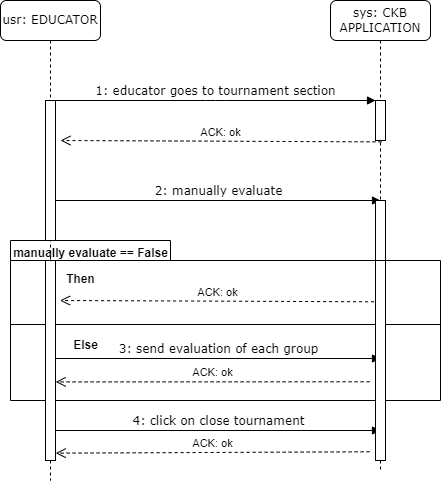
Before: Resources/UML/SequenceDiagram/RASD/UC8 - Close a Tournament.drawio.png, a diagram exported from draw.io (SimoneLucca2/CodingCompetitionApplication). Source tidied: cells renumbered, new cells last; positions are measured from the earlier drawing's top-left corner, leaving out a move shared by most shapes. The source it was exported from:
```xml
<mxGraphModel>
  <root>
    <mxCell id="0" />
    <mxCell id="1" parent="0" />
    <mxCell id="2" value="1: educator goes to tournament section" style="html=1;verticalAlign=bottom;endArrow=block;entryX=0;entryY=0;labelBackgroundColor=none;fontFamily=Verdana;fontSize=12;edgeStyle=elbowEdgeStyle;elbow=vertical;" parent="1" edge="1" source="7" target="17">
      <mxGeometry relative="1" as="geometry" />
    </mxCell>
    <mxCell id="3" value="ACK: ok" style="html=1;verticalAlign=bottom;endArrow=open;dashed=1;endSize=8;curved=0;rounded=0;exitX=0.1;exitY=0.093;exitDx=0;exitDy=0;exitPerimeter=0;" parent="1" edge="1">
      <mxGeometry relative="1" as="geometry">
        <mxPoint x="381" y="141.4" as="sourcePoint" />
        <mxPoint x="60" y="140" as="targetPoint" />
      </mxGeometry>
    </mxCell>
    <mxCell id="4" style="shape=folder;fontStyle=1;spacingTop=10;tabWidth=160;tabHeight=20;tabPosition=left;html=1;whiteSpace=wrap;" parent="1" vertex="1">
      <mxGeometry x="10" y="240" width="430" height="160" as="geometry" />
    </mxCell>
    <mxCell id="5" value="manually evaluate == False" style="text;align=center;fontStyle=1;verticalAlign=middle;spacingLeft=3;spacingRight=3;strokeColor=none;html=1;" parent="1" vertex="1">
      <mxGeometry x="10" y="240" width="160" height="26" as="geometry" />
    </mxCell>
    <mxCell id="6" value="usr: EDUCATOR" style="shape=umlLifeline;perimeter=lifelinePerimeter;whiteSpace=wrap;html=1;rounded=1;shadow=0;comic=0;labelBackgroundColor=none;strokeWidth=1;fontFamily=Verdana;fontSize=12;align=center;" parent="1" vertex="1">
      <mxGeometry width="100" height="480" as="geometry" />
    </mxCell>
    <mxCell id="7" style="html=1;points=[];perimeter=orthogonalPerimeter;rounded=0;shadow=0;comic=0;labelBackgroundColor=none;strokeWidth=1;fontFamily=Verdana;fontSize=12;align=center;" parent="6" vertex="1">
      <mxGeometry x="45" y="100" width="10" height="140" as="geometry" />
    </mxCell>
    <mxCell id="8" value="2: manually evaluate" style="html=1;verticalAlign=bottom;endArrow=block;labelBackgroundColor=none;fontFamily=Verdana;fontSize=12;edgeStyle=elbowEdgeStyle;elbow=vertical;exitX=0.5;exitY=0.227;exitDx=0;exitDy=0;exitPerimeter=0;entryX=0.5;entryY=0;entryDx=0;entryDy=0;entryPerimeter=0;" parent="6" edge="1" target="18">
      <mxGeometry relative="1" as="geometry">
        <mxPoint x="55" y="200" as="sourcePoint" />
      </mxGeometry>
    </mxCell>
    <mxCell id="9" style="line;strokeWidth=1;fillColor=none;align=left;verticalAlign=middle;spacingTop=-1;spacingLeft=3;spacingRight=3;labelPosition=right;strokeColor=inherit;" parent="6" vertex="1">
      <mxGeometry x="10" y="320" width="430" height="8" as="geometry" />
    </mxCell>
    <mxCell id="10" value="Else" style="text;align=center;fontStyle=1;verticalAlign=middle;spacingLeft=3;spacingRight=3;strokeColor=none;html=1;" parent="6" vertex="1">
      <mxGeometry x="45" y="332" width="80" height="26" as="geometry" />
    </mxCell>
    <mxCell id="11" value="3: send evaluation of each group" style="html=1;verticalAlign=bottom;endArrow=block;labelBackgroundColor=none;fontFamily=Verdana;fontSize=12;edgeStyle=elbowEdgeStyle;elbow=vertical;exitX=0.5;exitY=0.227;exitDx=0;exitDy=0;exitPerimeter=0;entryX=0.5;entryY=0;entryDx=0;entryDy=0;entryPerimeter=0;" parent="6" edge="1">
      <mxGeometry relative="1" as="geometry">
        <mxPoint x="55" y="358" as="sourcePoint" />
        <mxPoint x="380" y="358" as="targetPoint" />
      </mxGeometry>
    </mxCell>
    <mxCell id="12" value="ACK: ok" style="html=1;verticalAlign=bottom;endArrow=open;dashed=1;endSize=8;curved=0;rounded=0;exitX=-0.14;exitY=0.128;exitDx=0;exitDy=0;exitPerimeter=0;entryX=1.02;entryY=0.467;entryDx=0;entryDy=0;entryPerimeter=0;" parent="6" edge="1">
      <mxGeometry relative="1" as="geometry">
        <mxPoint x="369.1" y="381.3" as="sourcePoint" />
        <mxPoint x="55.2" y="381.4" as="targetPoint" />
      </mxGeometry>
    </mxCell>
    <mxCell id="13" value="4: click on close tournament" style="html=1;verticalAlign=bottom;endArrow=block;labelBackgroundColor=none;fontFamily=Verdana;fontSize=12;edgeStyle=elbowEdgeStyle;elbow=vertical;exitX=0.5;exitY=0.227;exitDx=0;exitDy=0;exitPerimeter=0;entryX=0.5;entryY=0;entryDx=0;entryDy=0;entryPerimeter=0;" parent="6" edge="1">
      <mxGeometry relative="1" as="geometry">
        <mxPoint x="55" y="430" as="sourcePoint" />
        <mxPoint x="380" y="430" as="targetPoint" />
      </mxGeometry>
    </mxCell>
    <mxCell id="14" value="ACK: ok" style="html=1;verticalAlign=bottom;endArrow=open;dashed=1;endSize=8;curved=0;rounded=0;exitX=-0.14;exitY=0.128;exitDx=0;exitDy=0;exitPerimeter=0;entryX=1.02;entryY=0.741;entryDx=0;entryDy=0;entryPerimeter=0;" parent="6" edge="1">
      <mxGeometry relative="1" as="geometry">
        <mxPoint x="369.1" y="451.3" as="sourcePoint" />
        <mxPoint x="55.2" y="452.7" as="targetPoint" />
      </mxGeometry>
    </mxCell>
    <mxCell id="15" style="html=1;points=[];perimeter=orthogonalPerimeter;rounded=0;shadow=0;comic=0;labelBackgroundColor=none;strokeWidth=1;fontFamily=Verdana;fontSize=12;align=center;" parent="6" vertex="1">
      <mxGeometry x="45" y="260" width="10" height="200" as="geometry" />
    </mxCell>
    <mxCell id="16" value="sys: CKB APPLICATION" style="shape=umlLifeline;perimeter=lifelinePerimeter;whiteSpace=wrap;html=1;rounded=1;shadow=0;comic=0;labelBackgroundColor=none;strokeWidth=1;fontFamily=Verdana;fontSize=12;align=center;" parent="1" vertex="1">
      <mxGeometry x="330" width="100" height="470" as="geometry" />
    </mxCell>
    <mxCell id="17" style="html=1;points=[];perimeter=orthogonalPerimeter;rounded=0;shadow=0;comic=0;labelBackgroundColor=none;strokeWidth=1;fontFamily=Verdana;fontSize=12;align=center;" parent="16" vertex="1">
      <mxGeometry x="45" y="100" width="10" height="40" as="geometry" />
    </mxCell>
    <mxCell id="18" style="html=1;points=[];perimeter=orthogonalPerimeter;rounded=0;shadow=0;comic=0;labelBackgroundColor=none;strokeWidth=1;fontFamily=Verdana;fontSize=12;align=center;" parent="16" vertex="1">
      <mxGeometry x="45" y="200" width="10" height="60" as="geometry" />
    </mxCell>
    <mxCell id="19" style="html=1;perimeter=orthogonalPerimeter;rounded=0;shadow=0;comic=0;labelBackgroundColor=none;strokeWidth=1;fontFamily=Verdana;fontSize=12;align=center;" parent="16" vertex="1">
      <mxGeometry x="45" y="260" width="10" height="200" as="geometry" />
    </mxCell>
    <mxCell id="20" value="Then" style="text;align=center;fontStyle=1;verticalAlign=middle;spacingLeft=3;spacingRight=3;strokeColor=none;html=1;" parent="1" vertex="1">
      <mxGeometry x="40" y="266" width="80" height="26" as="geometry" />
    </mxCell>
    <mxCell id="21" value="ACK: ok" style="html=1;verticalAlign=bottom;endArrow=open;dashed=1;endSize=8;curved=0;rounded=0;exitX=-0.14;exitY=0.128;exitDx=0;exitDy=0;exitPerimeter=0;entryX=0.125;entryY=1;entryDx=0;entryDy=0;entryPerimeter=0;" parent="1" edge="1">
      <mxGeometry relative="1" as="geometry">
        <mxPoint x="373.6" y="301.3" as="sourcePoint" />
        <mxPoint x="59.5" y="300" as="targetPoint" />
      </mxGeometry>
    </mxCell>
  </root>
</mxGraphModel>
```
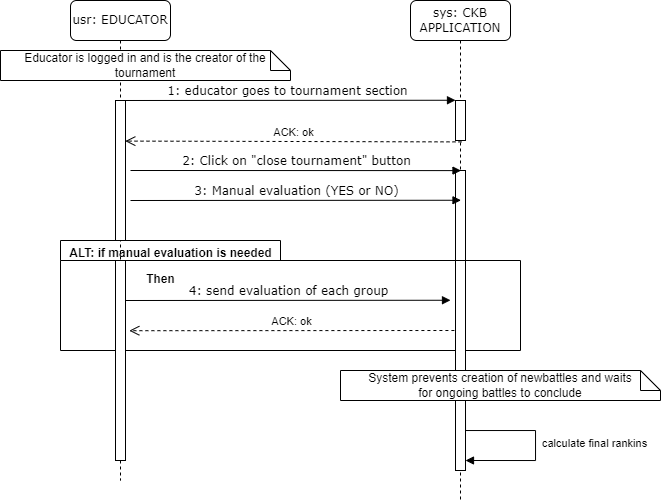
The same file after the commit.

Diff of the diagram source:
```diff
@@ -5,82 +5,80 @@
     <mxCell id="2" value="1: educator goes to tournament section" style="html=1;verticalAlign=bottom;endArrow=block;entryX=0;entryY=0;labelBackgroundColor=none;fontFamily=Verdana;fontSize=12;edgeStyle=elbowEdgeStyle;elbow=vertical;" parent="1" edge="1" source="7" target="17">
       <mxGeometry relative="1" as="geometry" />
     </mxCell>
-    <mxCell id="3" value="ACK: ok" style="html=1;verticalAlign=bottom;endArrow=open;dashed=1;endSize=8;curved=0;rounded=0;exitX=0.1;exitY=0.093;exitDx=0;exitDy=0;exitPerimeter=0;" parent="1" edge="1">
+    <mxCell id="3" value="ACK: ok" style="html=1;verticalAlign=bottom;endArrow=open;dashed=1;endSize=8;curved=0;rounded=0;exitX=0.1;exitY=0.093;exitDx=0;exitDy=0;exitPerimeter=0;entryX=0.98;entryY=0.29;entryDx=0;entryDy=0;entryPerimeter=0;" parent="1" edge="1" target="7">
       <mxGeometry relative="1" as="geometry">
         <mxPoint x="381" y="141.4" as="sourcePoint" />
-        <mxPoint x="60" y="140" as="targetPoint" />
       </mxGeometry>
     </mxCell>
-    <mxCell id="4" style="shape=folder;fontStyle=1;spacingTop=10;tabWidth=160;tabHeight=20;tabPosition=left;html=1;whiteSpace=wrap;" parent="1" vertex="1">
-      <mxGeometry x="10" y="240" width="430" height="160" as="geometry" />
+    <mxCell id="4" style="shape=folder;fontStyle=1;spacingTop=10;tabWidth=220;tabHeight=20;tabPosition=left;html=1;whiteSpace=wrap;" parent="1" vertex="1">
+      <mxGeometry x="-20" y="240" width="460" height="110" as="geometry" />
     </mxCell>
-    <mxCell id="5" value="manually evaluate == False" style="text;align=center;fontStyle=1;verticalAlign=middle;spacingLeft=3;spacingRight=3;strokeColor=none;html=1;" parent="1" vertex="1">
+    <mxCell id="5" value="ALT: if manual evaluation is needed" style="text;align=center;fontStyle=1;verticalAlign=middle;spacingLeft=3;spacingRight=3;strokeColor=none;html=1;" parent="1" vertex="1">
       <mxGeometry x="10" y="240" width="160" height="26" as="geometry" />
     </mxCell>
     <mxCell id="6" value="usr: EDUCATOR" style="shape=umlLifeline;perimeter=lifelinePerimeter;whiteSpace=wrap;html=1;rounded=1;shadow=0;comic=0;labelBackgroundColor=none;strokeWidth=1;fontFamily=Verdana;fontSize=12;align=center;" parent="1" vertex="1">
-      <mxGeometry width="100" height="480" as="geometry" />
+      <mxGeometry x="-10" width="100" height="480" as="geometry" />
     </mxCell>
     <mxCell id="7" style="html=1;points=[];perimeter=orthogonalPerimeter;rounded=0;shadow=0;comic=0;labelBackgroundColor=none;strokeWidth=1;fontFamily=Verdana;fontSize=12;align=center;" parent="6" vertex="1">
       <mxGeometry x="45" y="100" width="10" height="140" as="geometry" />
     </mxCell>
-    <mxCell id="8" value="2: manually evaluate" style="html=1;verticalAlign=bottom;endArrow=block;labelBackgroundColor=none;fontFamily=Verdana;fontSize=12;edgeStyle=elbowEdgeStyle;elbow=vertical;exitX=0.5;exitY=0.227;exitDx=0;exitDy=0;exitPerimeter=0;entryX=0.5;entryY=0;entryDx=0;entryDy=0;entryPerimeter=0;" parent="6" edge="1" target="18">
-      <mxGeometry relative="1" as="geometry">
-        <mxPoint x="55" y="200" as="sourcePoint" />
-      </mxGeometry>
-    </mxCell>
-    <mxCell id="9" style="line;strokeWidth=1;fillColor=none;align=left;verticalAlign=middle;spacingTop=-1;spacingLeft=3;spacingRight=3;labelPosition=right;strokeColor=inherit;" parent="6" vertex="1">
-      <mxGeometry x="10" y="320" width="430" height="8" as="geometry" />
-    </mxCell>
-    <mxCell id="10" value="Else" style="text;align=center;fontStyle=1;verticalAlign=middle;spacingLeft=3;spacingRight=3;strokeColor=none;html=1;" parent="6" vertex="1">
-      <mxGeometry x="45" y="332" width="80" height="26" as="geometry" />
-    </mxCell>
-    <mxCell id="11" value="3: send evaluation of each group" style="html=1;verticalAlign=bottom;endArrow=block;labelBackgroundColor=none;fontFamily=Verdana;fontSize=12;edgeStyle=elbowEdgeStyle;elbow=vertical;exitX=0.5;exitY=0.227;exitDx=0;exitDy=0;exitPerimeter=0;entryX=0.5;entryY=0;entryDx=0;entryDy=0;entryPerimeter=0;" parent="6" edge="1">
-      <mxGeometry relative="1" as="geometry">
-        <mxPoint x="55" y="358" as="sourcePoint" />
-        <mxPoint x="380" y="358" as="targetPoint" />
-      </mxGeometry>
-    </mxCell>
-    <mxCell id="12" value="ACK: ok" style="html=1;verticalAlign=bottom;endArrow=open;dashed=1;endSize=8;curved=0;rounded=0;exitX=-0.14;exitY=0.128;exitDx=0;exitDy=0;exitPerimeter=0;entryX=1.02;entryY=0.467;entryDx=0;entryDy=0;entryPerimeter=0;" parent="6" edge="1">
-      <mxGeometry relative="1" as="geometry">
-        <mxPoint x="369.1" y="381.3" as="sourcePoint" />
-        <mxPoint x="55.2" y="381.4" as="targetPoint" />
-      </mxGeometry>
-    </mxCell>
-    <mxCell id="13" value="4: click on close tournament" style="html=1;verticalAlign=bottom;endArrow=block;labelBackgroundColor=none;fontFamily=Verdana;fontSize=12;edgeStyle=elbowEdgeStyle;elbow=vertical;exitX=0.5;exitY=0.227;exitDx=0;exitDy=0;exitPerimeter=0;entryX=0.5;entryY=0;entryDx=0;entryDy=0;entryPerimeter=0;" parent="6" edge="1">
-      <mxGeometry relative="1" as="geometry">
-        <mxPoint x="55" y="430" as="sourcePoint" />
-        <mxPoint x="380" y="430" as="targetPoint" />
-      </mxGeometry>
-    </mxCell>
-    <mxCell id="14" value="ACK: ok" style="html=1;verticalAlign=bottom;endArrow=open;dashed=1;endSize=8;curved=0;rounded=0;exitX=-0.14;exitY=0.128;exitDx=0;exitDy=0;exitPerimeter=0;entryX=1.02;entryY=0.741;entryDx=0;entryDy=0;entryPerimeter=0;" parent="6" edge="1">
-      <mxGeometry relative="1" as="geometry">
-        <mxPoint x="369.1" y="451.3" as="sourcePoint" />
-        <mxPoint x="55.2" y="452.7" as="targetPoint" />
-      </mxGeometry>
-    </mxCell>
     <mxCell id="15" style="html=1;points=[];perimeter=orthogonalPerimeter;rounded=0;shadow=0;comic=0;labelBackgroundColor=none;strokeWidth=1;fontFamily=Verdana;fontSize=12;align=center;" parent="6" vertex="1">
       <mxGeometry x="45" y="260" width="10" height="200" as="geometry" />
     </mxCell>
     <mxCell id="16" value="sys: CKB APPLICATION" style="shape=umlLifeline;perimeter=lifelinePerimeter;whiteSpace=wrap;html=1;rounded=1;shadow=0;comic=0;labelBackgroundColor=none;strokeWidth=1;fontFamily=Verdana;fontSize=12;align=center;" parent="1" vertex="1">
-      <mxGeometry x="330" width="100" height="470" as="geometry" />
+      <mxGeometry x="330" width="100" height="500" as="geometry" />
     </mxCell>
     <mxCell id="17" style="html=1;points=[];perimeter=orthogonalPerimeter;rounded=0;shadow=0;comic=0;labelBackgroundColor=none;strokeWidth=1;fontFamily=Verdana;fontSize=12;align=center;" parent="16" vertex="1">
       <mxGeometry x="45" y="100" width="10" height="40" as="geometry" />
     </mxCell>
     <mxCell id="18" style="html=1;points=[];perimeter=orthogonalPerimeter;rounded=0;shadow=0;comic=0;labelBackgroundColor=none;strokeWidth=1;fontFamily=Verdana;fontSize=12;align=center;" parent="16" vertex="1">
-      <mxGeometry x="45" y="200" width="10" height="60" as="geometry" />
+      <mxGeometry x="45" y="170" width="10" height="90" as="geometry" />
     </mxCell>
     <mxCell id="19" style="html=1;perimeter=orthogonalPerimeter;rounded=0;shadow=0;comic=0;labelBackgroundColor=none;strokeWidth=1;fontFamily=Verdana;fontSize=12;align=center;" parent="16" vertex="1">
-      <mxGeometry x="45" y="260" width="10" height="200" as="geometry" />
+      <mxGeometry x="45" y="260" width="10" height="210" as="geometry" />
     </mxCell>
     <mxCell id="20" value="Then" style="text;align=center;fontStyle=1;verticalAlign=middle;spacingLeft=3;spacingRight=3;strokeColor=none;html=1;" parent="1" vertex="1">
       <mxGeometry x="40" y="266" width="80" height="26" as="geometry" />
     </mxCell>
-    <mxCell id="21" value="ACK: ok" style="html=1;verticalAlign=bottom;endArrow=open;dashed=1;endSize=8;curved=0;rounded=0;exitX=-0.14;exitY=0.128;exitDx=0;exitDy=0;exitPerimeter=0;entryX=0.125;entryY=1;entryDx=0;entryDy=0;entryPerimeter=0;" parent="1" edge="1">
-      <mxGeometry relative="1" as="geometry">
-        <mxPoint x="373.6" y="301.3" as="sourcePoint" />
-        <mxPoint x="59.5" y="300" as="targetPoint" />
-      </mxGeometry>
-    </mxCell>
+    <mxCell id="22" value="Educator is logged in and is the creator of the tournament" style="shape=note;size=20;whiteSpace=wrap;html=1;" parent="1" vertex="1">
+      <mxGeometry x="-80" y="50" width="290" height="30" as="geometry" />
+    </mxCell>
+    <mxCell id="8" value="2: Click on &quot;close tournament&quot; button" style="html=1;verticalAlign=bottom;endArrow=block;labelBackgroundColor=none;fontFamily=Verdana;fontSize=12;edgeStyle=elbowEdgeStyle;elbow=vertical;entryX=0.5;entryY=0;entryDx=0;entryDy=0;entryPerimeter=0;" parent="1" edge="1">
+      <mxGeometry relative="1" as="geometry">
+        <mxPoint x="50" y="170" as="sourcePoint" />
+        <mxPoint x="380.5" y="170" as="targetPoint" />
+      </mxGeometry>
+    </mxCell>
+    <mxCell id="23" value="3: Manual evaluation (YES or NO)" style="html=1;verticalAlign=bottom;endArrow=block;labelBackgroundColor=none;fontFamily=Verdana;fontSize=12;edgeStyle=elbowEdgeStyle;elbow=vertical;entryX=0.5;entryY=0;entryDx=0;entryDy=0;entryPerimeter=0;" parent="1" edge="1">
+      <mxGeometry relative="1" as="geometry">
+        <mxPoint x="50" y="200" as="sourcePoint" />
+        <mxPoint x="380.5" y="200" as="targetPoint" />
+      </mxGeometry>
+    </mxCell>
+    <mxCell id="11" value="4: send evaluation of each group" style="html=1;verticalAlign=bottom;endArrow=block;labelBackgroundColor=none;fontFamily=Verdana;fontSize=12;edgeStyle=elbowEdgeStyle;elbow=vertical;exitX=0.5;exitY=0.227;exitDx=0;exitDy=0;exitPerimeter=0;entryX=0.5;entryY=0;entryDx=0;entryDy=0;entryPerimeter=0;" parent="1" edge="1">
+      <mxGeometry relative="1" as="geometry">
+        <mxPoint x="45" y="300" as="sourcePoint" />
+        <mxPoint x="370" y="300" as="targetPoint" />
+      </mxGeometry>
+    </mxCell>
+    <mxCell id="12" value="ACK: ok" style="html=1;verticalAlign=bottom;endArrow=open;dashed=1;endSize=8;curved=0;rounded=0;exitX=-0.14;exitY=0.128;exitDx=0;exitDy=0;exitPerimeter=0;entryX=1.38;entryY=0.351;entryDx=0;entryDy=0;entryPerimeter=0;" parent="1" edge="1" target="15">
+      <mxGeometry relative="1" as="geometry">
+        <mxPoint x="373.9" y="330" as="sourcePoint" />
+      </mxGeometry>
+    </mxCell>
+    <mxCell id="24" value="System prevents creation of newbattles and waits &lt;br&gt;for ongoing battles to conclude" style="shape=note;size=20;whiteSpace=wrap;html=1;" parent="1" vertex="1">
+      <mxGeometry x="260" y="370" width="320" height="30" as="geometry" />
+    </mxCell>
+    <mxCell id="25" value="calculate final rankins" style="endArrow=block;endFill=1;html=1;edgeStyle=orthogonalEdgeStyle;align=left;verticalAlign=top;rounded=0;" parent="1" edge="1">
+      <mxGeometry x="-0.05" y="5" relative="1" as="geometry">
+        <mxPoint x="385" y="410" as="sourcePoint" />
+        <mxPoint x="385" y="460" as="targetPoint" />
+        <Array as="points">
+          <mxPoint x="385" y="430" />
+          <mxPoint x="455" y="430" />
+          <mxPoint x="455" y="460" />
+        </Array>
+      </mxGeometry>
+    </mxCell>
   </root>
 </mxGraphModel>
```
